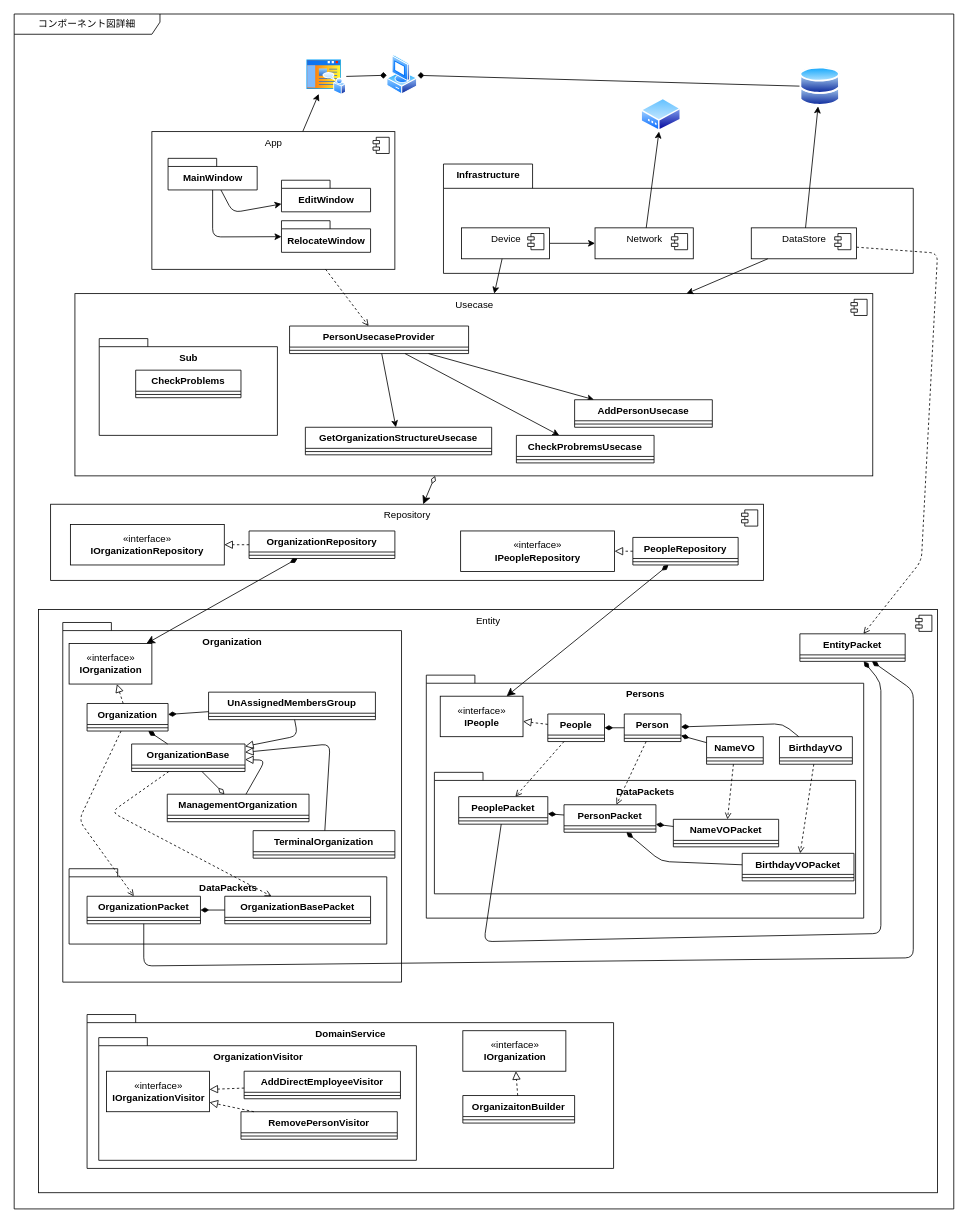
Before: page "コンポーネント図詳細" (3 of 3) of Designs/アーキテクチャ設計/Architecture_Design.drawio in bosssanovar/LightMvvmSample, a draw.io diagram. Source tidied: cells renumbered, new cells numbered last; positions are measured from the earlier drawing's top-left corner, leaving out a move shared by most shapes. Both pictures are drawn from the tidied source at 81%, with x=0, y=0 at pixel (14, 14).
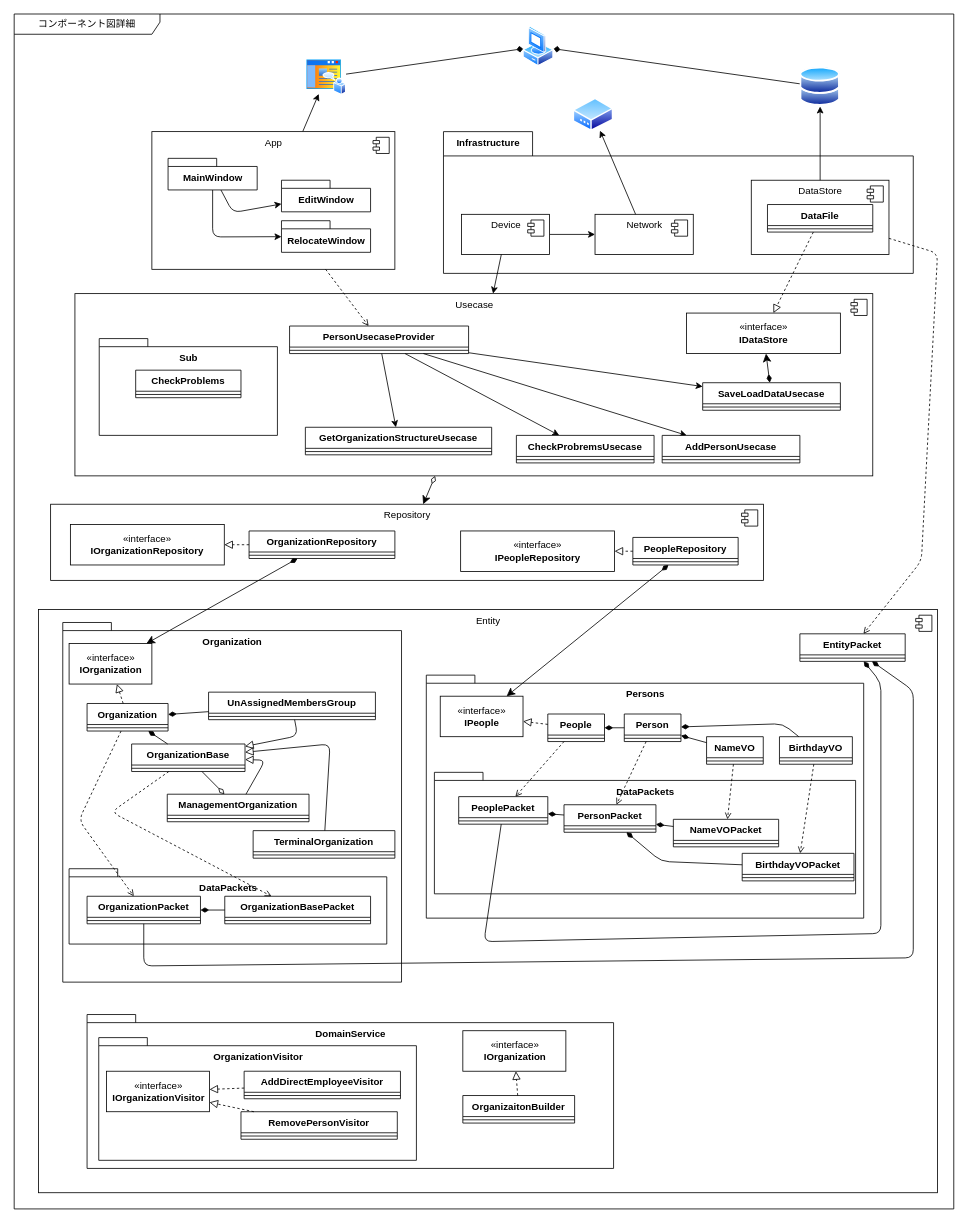
The same diagram, later.

Commit message (it also covers changes not shown here):
プロジェクト参照の修正を資料に反映

The change refers to these unchanged cells:
```xml
<mxCell id="7" value="Usecase" style="html=1;verticalAlign=top;" parent="1" vertex="1">
  <mxGeometry x="75" y="345" width="985" height="225" as="geometry" />
</mxCell>
<mxCell id="37" value="PersonUsecaseProvider" style="swimlane;fontStyle=1;align=center;verticalAlign=top;horizontal=1;startSize=26;" parent="1" vertex="1">
  <mxGeometry x="340" y="385" width="221" height="34" as="geometry" />
</mxCell>
```

What changed in the source:
```diff
@@
     <mxCell id="12" value="Infrastructure" style="shape=folder;fontStyle=1;tabWidth=110;tabHeight=30;tabPosition=left;html=1;boundedLbl=1;labelInHeader=1;verticalAlign=top;" parent="1" vertex="1">
-      <mxGeometry x="530" y="185" width="580" height="135" as="geometry" />
+      <mxGeometry x="530" y="145" width="580" height="175" as="geometry" />
     </mxCell>
     <mxCell id="13" style="html=1;strokeColor=none;fillColor=none;verticalAlign=top;" parent="12" vertex="1">
-      <mxGeometry width="580" height="94.5" relative="1" as="geometry">
+      <mxGeometry width="580" height="122.5" relative="1" as="geometry">
         <mxPoint y="30" as="offset" />
       </mxGeometry>
     </mxCell>
     <mxCell id="14" value="Network" style="html=1;verticalAlign=top;" parent="12" vertex="1">
-      <mxGeometry x="187.1" y="78.8" width="121.3" height="38.2" as="geometry" />
+      <mxGeometry x="187.1" y="102.1" width="121.3" height="49.6" as="geometry" />
     </mxCell>
@@
     <mxCell id="17" value="Device" style="html=1;verticalAlign=top;" parent="12" vertex="1">
-      <mxGeometry x="22.3" y="78.8" width="108.7" height="38.2" as="geometry" />
+      <mxGeometry x="22.3" y="102.1" width="108.7" height="49.6" as="geometry" />
     </mxCell>
@@
     <mxCell id="19" value="DataStore" style="html=1;verticalAlign=top;" parent="12" vertex="1">
-      <mxGeometry x="380" y="78.8" width="130" height="38.2" as="geometry" />
+      <mxGeometry x="380" y="60" width="170" height="91.7" as="geometry" />
     </mxCell>
@@
+    <mxCell id="137" value="DataFile" style="swimlane;fontStyle=1;align=center;verticalAlign=top;horizontal=1;startSize=26;" parent="12" vertex="1">
+      <mxGeometry x="400" y="90" width="130" height="34" as="geometry" />
+    </mxCell>
+    <mxCell id="138" style="line;strokeWidth=1;fillColor=none;align=left;verticalAlign=middle;spacingTop=-1;spacingLeft=3;spacingRight=3;labelPosition=right;strokeColor=inherit;" parent="137" vertex="1">
+      <mxGeometry y="26" width="130" height="8" as="geometry" />
+    </mxCell>
     <mxCell id="21" style="perimeter=ellipsePerimeter;html=1;align=center;shadow=0;dashed=0;spacingTop=3;image;image=img/lib/active_directory/vista_client.svg;" parent="1" vertex="1">
-      <mxGeometry x="460" y="50" width="38" height="50" as="geometry" />
+      <mxGeometry x="628.2" y="15" width="38" height="50" as="geometry" />
     </mxCell>
@@
     <mxCell id="26" style="perimeter=ellipsePerimeter;html=1;align=center;shadow=0;dashed=0;spacingTop=3;image;image=img/lib/active_directory/modem.svg;" parent="1" vertex="1">
-      <mxGeometry x="773.7" y="103.5" width="50" height="41.5" as="geometry" />
+      <mxGeometry x="690" y="103.5" width="50" height="41.5" as="geometry" />
     </mxCell>
@@
+    <mxCell id="139" style="edgeStyle=none;html=1;endArrow=classic;endFill=1;" parent="1" edge="1" source="37" target="140">
+      <mxGeometry relative="1" as="geometry" />
+    </mxCell>
@@
     <mxCell id="44" value="AddPersonUsecase" style="swimlane;fontStyle=1;align=center;verticalAlign=top;horizontal=1;startSize=26;" parent="1" vertex="1">
-      <mxGeometry x="691.9" y="476" width="170" height="34" as="geometry" />
+      <mxGeometry x="800" y="520" width="170" height="34" as="geometry" />
     </mxCell>
@@
-    <mxCell id="48" style="edgeStyle=none;html=1;" parent="1" edge="1" source="19" target="7">
-      <mxGeometry relative="1" as="geometry" />
-    </mxCell>
@@
+    <mxCell id="140" value="SaveLoadDataUsecase" style="swimlane;fontStyle=1;align=center;verticalAlign=top;horizontal=1;startSize=26;" parent="1" vertex="1">
+      <mxGeometry x="850" y="455" width="170" height="34" as="geometry" />
+    </mxCell>
+    <mxCell id="141" style="line;strokeWidth=1;fillColor=none;align=left;verticalAlign=middle;spacingTop=-1;spacingLeft=3;spacingRight=3;labelPosition=right;strokeColor=inherit;" parent="140" vertex="1">
+      <mxGeometry y="26" width="170" height="8" as="geometry" />
+    </mxCell>
+    <mxCell id="142" value="«interface»&lt;br&gt;&lt;b&gt;IDataStore&lt;br&gt;&lt;/b&gt;" style="html=1;" parent="1" vertex="1">
+      <mxGeometry x="830" y="369" width="190" height="50" as="geometry" />
+    </mxCell>
+    <mxCell id="143" style="endArrow=block;startArrow=none;endFill=0;startFill=0;endSize=8;html=1;verticalAlign=bottom;dashed=1;labelBackgroundColor=none;" parent="1" edge="1" source="137" target="142">
+      <mxGeometry relative="1" as="geometry" />
+    </mxCell>
+    <mxCell id="144" style="endArrow=classic;startArrow=diamondThin;endFill=1;startFill=1;html=1;verticalAlign=bottom;labelBackgroundColor=none;strokeWidth=1;startSize=8;endSize=8;" parent="1" edge="1" source="140" target="142">
+      <mxGeometry relative="1" as="geometry" />
+    </mxCell>
```
